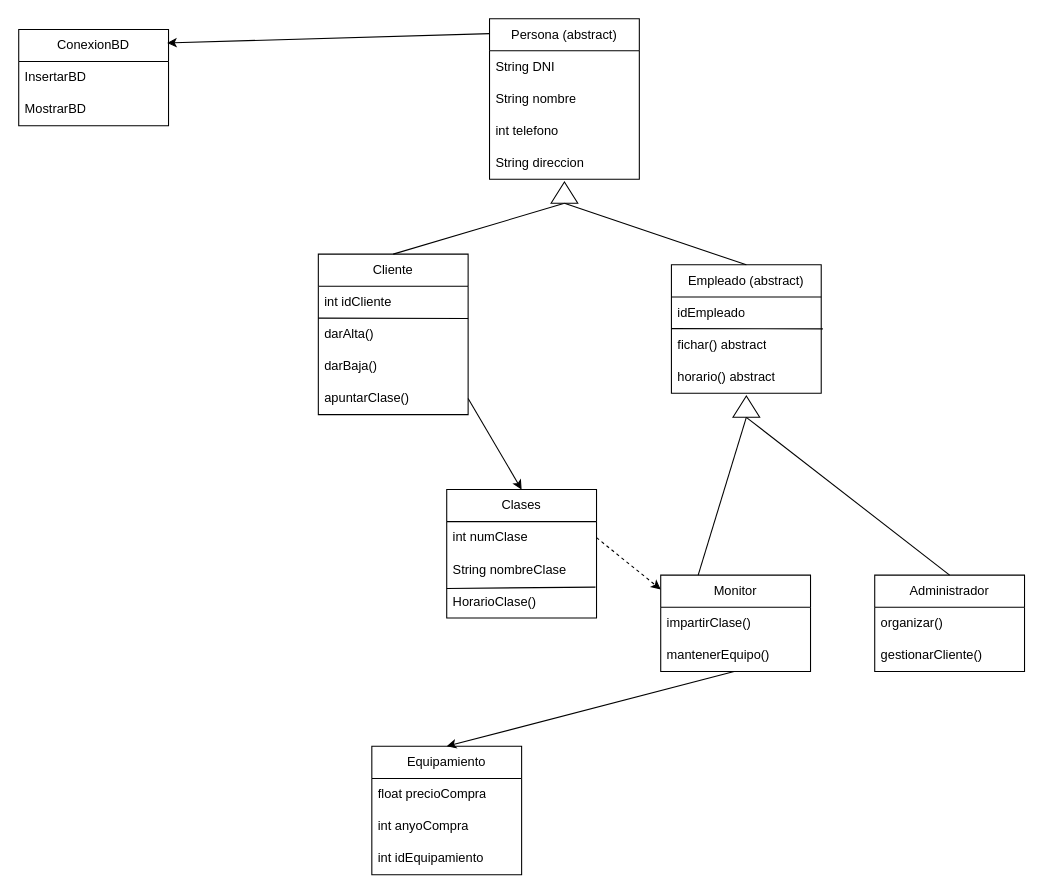
The draw.io diagram Entornos/diagramaclases.drawio in JVilluendas/Proyecto_jGYM, before the edit. Source tidied: cells renumbered, new cells numbered last; positions are measured from the earlier drawing's top-left corner, leaving out a move shared by most shapes. Both pictures are drawn from the tidied source at 107%, with x=0, y=0 at pixel (18, 18).
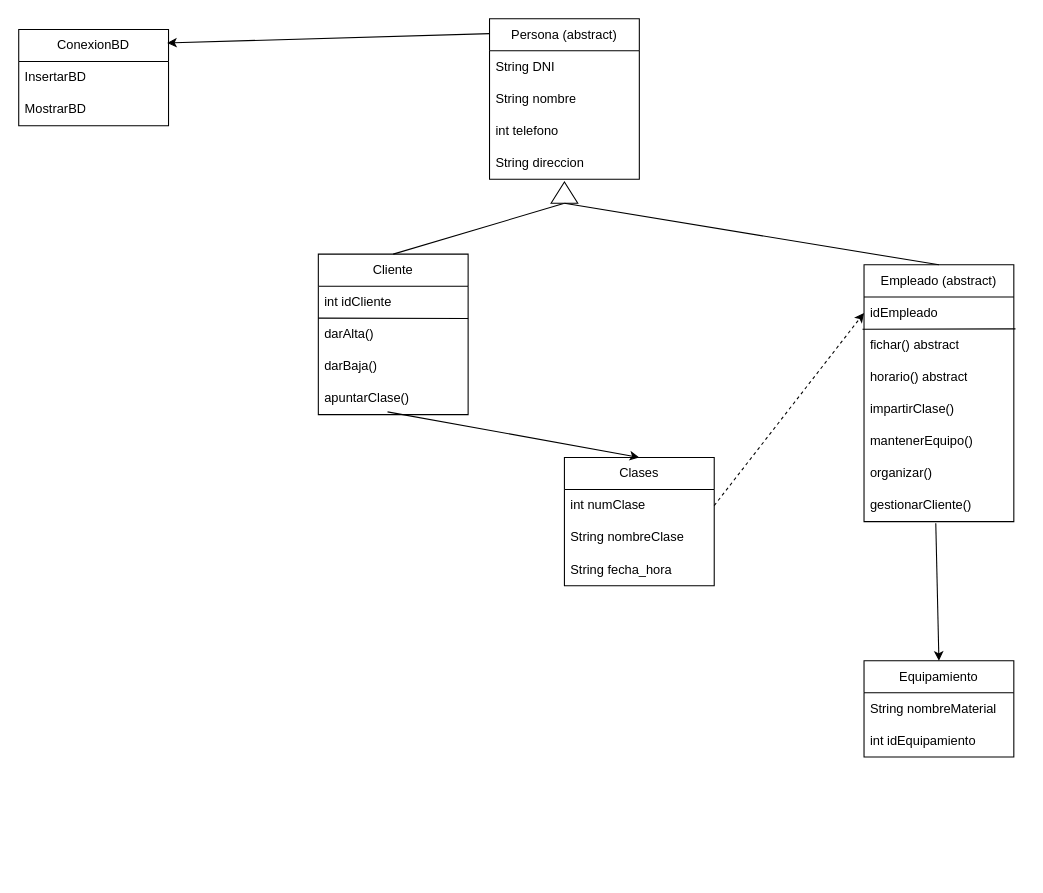
Above is the later version.

Commit message (it also covers changes not shown here):
Diagrama modificado

Unchanged cells that the change refers to:
```xml
<mxCell id="6" value="apuntarClase()" style="text;strokeColor=none;fillColor=none;align=left;verticalAlign=middle;spacingLeft=4;spacingRight=4;overflow=hidden;points=[[0,0.5],[1,0.5]];portConstraint=eastwest;whiteSpace=wrap;html=1;" parent="2" vertex="1">
  <mxGeometry y="120" width="140" height="30" as="geometry" />
</mxCell>
<mxCell id="8" value="idEmpleado" style="text;strokeColor=none;fillColor=none;align=left;verticalAlign=middle;spacingLeft=4;spacingRight=4;overflow=hidden;points=[[0,0.5],[1,0.5]];portConstraint=eastwest;whiteSpace=wrap;html=1;" parent="7" vertex="1">
  <mxGeometry y="30" width="140" height="30" as="geometry" />
</mxCell>
<mxCell id="9" value="fichar() abstract" style="text;strokeColor=none;fillColor=none;align=left;verticalAlign=middle;spacingLeft=4;spacingRight=4;overflow=hidden;points=[[0,0.5],[1,0.5]];portConstraint=eastwest;whiteSpace=wrap;html=1;" parent="7" vertex="1">
  <mxGeometry y="60" width="140" height="30" as="geometry" />
</mxCell>
<mxCell id="28" value="int numClase" style="text;strokeColor=none;fillColor=none;align=left;verticalAlign=middle;spacingLeft=4;spacingRight=4;overflow=hidden;points=[[0,0.5],[1,0.5]];portConstraint=eastwest;whiteSpace=wrap;html=1;" parent="27" vertex="1">
  <mxGeometry y="30" width="140" height="30" as="geometry" />
</mxCell>
<mxCell id="29" value="String nombreClase" style="text;strokeColor=none;fillColor=none;align=left;verticalAlign=middle;spacingLeft=4;spacingRight=4;overflow=hidden;points=[[0,0.5],[1,0.5]];portConstraint=eastwest;whiteSpace=wrap;html=1;" parent="27" vertex="1">
  <mxGeometry y="60" width="140" height="30" as="geometry" />
</mxCell>
<mxCell id="37" style="triangle;whiteSpace=wrap;html=1;rotation=-90;" parent="1" vertex="1">
  <mxGeometry x="500" y="150" width="20" height="25" as="geometry" />
</mxCell>
```

What changed in the source:
```diff
@@
     <mxCell id="7" value="Empleado (abstract&lt;span style=&quot;background-color: transparent; color: light-dark(rgb(0, 0, 0), rgb(255, 255, 255));&quot;&gt;)&lt;/span&gt;" style="swimlane;fontStyle=0;horizontal=1;startSize=30;whiteSpace=wrap;html=1;" parent="1" vertex="1">
-      <mxGeometry x="610" y="230" width="140" height="120" as="geometry" />
+      <mxGeometry x="790" y="230" width="140" height="240" as="geometry" />
     </mxCell>
@@
+    <mxCell id="20" value="impartirClase()" style="text;strokeColor=none;fillColor=none;align=left;verticalAlign=middle;spacingLeft=4;spacingRight=4;overflow=hidden;whiteSpace=wrap;html=1;" parent="7" vertex="1">
+      <mxGeometry y="120" width="140" height="30" as="geometry" />
+    </mxCell>
+    <mxCell id="21" value="mantenerEquipo()" style="text;strokeColor=none;fillColor=none;align=left;verticalAlign=middle;spacingLeft=4;spacingRight=4;overflow=hidden;points=[[0,0.5],[1,0.5]];portConstraint=eastwest;whiteSpace=wrap;html=1;" parent="7" vertex="1">
+      <mxGeometry y="150" width="140" height="30" as="geometry" />
+    </mxCell>
+    <mxCell id="23" value="organizar()" style="text;strokeColor=none;fillColor=none;align=left;verticalAlign=middle;spacingLeft=4;spacingRight=4;overflow=hidden;whiteSpace=wrap;html=1;" parent="7" vertex="1">
+      <mxGeometry y="180" width="140" height="30" as="geometry" />
+    </mxCell>
+    <mxCell id="24" value="gestionarCliente()" style="text;strokeColor=none;fillColor=none;align=left;verticalAlign=middle;spacingLeft=4;spacingRight=4;overflow=hidden;points=[[0,0.5],[1,0.5]];portConstraint=eastwest;whiteSpace=wrap;html=1;" parent="7" vertex="1">
+      <mxGeometry y="210" width="140" height="30" as="geometry" />
+    </mxCell>
+    <mxCell id="40" style="endArrow=none;html=1;rounded=0;exitX=1.011;exitY=-0.004;exitDx=0;exitDy=0;exitPerimeter=0;entryX=-0.01;entryY=0.008;entryDx=0;entryDy=0;entryPerimeter=0;" parent="7" edge="1" source="9" target="9">
+      <mxGeometry relative="1" as="geometry" />
+    </mxCell>
@@
-    <mxCell id="19" value="Monitor" style="swimlane;fontStyle=0;horizontal=1;startSize=30;whiteSpace=wrap;html=1;" parent="1" vertex="1">
-      <mxGeometry x="600" y="520" width="140" height="90" as="geometry" />
-    </mxCell>
-    <mxCell id="20" value="impartirClase()" style="text;strokeColor=none;fillColor=none;align=left;verticalAlign=middle;spacingLeft=4;spacingRight=4;overflow=hidden;whiteSpace=wrap;html=1;" parent="19" vertex="1">
-      <mxGeometry y="30" width="140" height="30" as="geometry" />
-    </mxCell>
-    <mxCell id="21" value="mantenerEquipo()" style="text;strokeColor=none;fillColor=none;align=left;verticalAlign=middle;spacingLeft=4;spacingRight=4;overflow=hidden;points=[[0,0.5],[1,0.5]];portConstraint=eastwest;whiteSpace=wrap;html=1;" parent="19" vertex="1">
-      <mxGeometry y="60" width="140" height="30" as="geometry" />
-    </mxCell>
-    <mxCell id="22" value="Administrador" style="swimlane;fontStyle=0;horizontal=1;startSize=30;whiteSpace=wrap;html=1;" parent="1" vertex="1">
-      <mxGeometry x="800" y="520" width="140" height="90" as="geometry" />
-    </mxCell>
-    <mxCell id="23" value="organizar()" style="text;strokeColor=none;fillColor=none;align=left;verticalAlign=middle;spacingLeft=4;spacingRight=4;overflow=hidden;whiteSpace=wrap;html=1;" parent="22" vertex="1">
-      <mxGeometry y="30" width="140" height="30" as="geometry" />
-    </mxCell>
-    <mxCell id="24" value="gestionarCliente()" style="text;strokeColor=none;fillColor=none;align=left;verticalAlign=middle;spacingLeft=4;spacingRight=4;overflow=hidden;points=[[0,0.5],[1,0.5]];portConstraint=eastwest;whiteSpace=wrap;html=1;" parent="22" vertex="1">
-      <mxGeometry y="60" width="140" height="30" as="geometry" />
-    </mxCell>
-    <mxCell id="25" style="triangle;whiteSpace=wrap;html=1;rotation=-90;" parent="1" vertex="1">
-      <mxGeometry x="670" y="350" width="20" height="25" as="geometry" />
-    </mxCell>
-    <mxCell id="26" style="endArrow=none;html=1;rounded=0;entryX=0;entryY=0.5;entryDx=0;entryDy=0;exitX=0.5;exitY=0;exitDx=0;exitDy=0;" parent="1" edge="1" source="22" target="25">
-      <mxGeometry relative="1" as="geometry" />
-    </mxCell>
     <mxCell id="27" value="Clases" style="swimlane;fontStyle=0;horizontal=1;startSize=30;whiteSpace=wrap;html=1;" parent="1" vertex="1">
-      <mxGeometry x="400" y="440" width="140" height="120" as="geometry" />
+      <mxGeometry x="510" y="410" width="140" height="120" as="geometry" />
     </mxCell>
@@
-    <mxCell id="30" value="HorarioClase()" style="text;strokeColor=none;fillColor=none;align=left;verticalAlign=middle;spacingLeft=4;spacingRight=4;overflow=hidden;points=[[0,0.5],[1,0.5]];portConstraint=eastwest;whiteSpace=wrap;html=1;" parent="27" vertex="1">
+    <mxCell id="30" value="String fecha_hora" style="text;strokeColor=none;fillColor=none;align=left;verticalAlign=middle;spacingLeft=4;spacingRight=4;overflow=hidden;points=[[0,0.5],[1,0.5]];portConstraint=eastwest;whiteSpace=wrap;html=1;" parent="27" vertex="1">
       <mxGeometry y="90" width="140" height="30" as="geometry" />
     </mxCell>
-    <mxCell id="31" style="endArrow=none;html=1;rounded=0;entryX=0.993;entryY=0.04;entryDx=0;entryDy=0;entryPerimeter=0;exitX=0;exitY=1.081;exitDx=0;exitDy=0;exitPerimeter=0;" parent="27" edge="1" source="29" target="30">
-      <mxGeometry relative="1" as="geometry" />
-    </mxCell>
     <mxCell id="32" value="Equipamiento" style="swimlane;fontStyle=0;horizontal=1;startSize=30;whiteSpace=wrap;html=1;" parent="1" vertex="1">
-      <mxGeometry x="330" y="680" width="140" height="120" as="geometry" />
+      <mxGeometry x="790" y="600" width="140" height="90" as="geometry" />
     </mxCell>
-    <mxCell id="33" value="float precioCompra" style="text;strokeColor=none;fillColor=none;align=left;verticalAlign=middle;spacingLeft=4;spacingRight=4;overflow=hidden;whiteSpace=wrap;html=1;" parent="32" vertex="1">
+    <mxCell id="33" value="String nombreMaterial" style="text;strokeColor=none;fillColor=none;align=left;verticalAlign=middle;spacingLeft=4;spacingRight=4;overflow=hidden;whiteSpace=wrap;html=1;" parent="32" vertex="1">
       <mxGeometry y="30" width="140" height="30" as="geometry" />
     </mxCell>
-    <mxCell id="34" value="int anyoCompra" style="text;strokeColor=none;fillColor=none;align=left;verticalAlign=middle;spacingLeft=4;spacingRight=4;overflow=hidden;whiteSpace=wrap;html=1;" parent="32" vertex="1">
-      <mxGeometry y="60" width="140" height="30" as="geometry" />
-    </mxCell>
     <mxCell id="35" value="int idEquipamiento" style="text;strokeColor=none;fillColor=none;align=left;verticalAlign=middle;spacingLeft=4;spacingRight=4;overflow=hidden;whiteSpace=wrap;html=1;" parent="32" vertex="1">
-      <mxGeometry y="90" width="140" height="30" as="geometry" />
+      <mxGeometry y="60" width="140" height="30" as="geometry" />
     </mxCell>
@@
-    <mxCell id="38" style="endArrow=none;html=1;rounded=0;entryX=0;entryY=0.5;entryDx=0;entryDy=0;" parent="1" edge="1" target="37">
-      <mxGeometry relative="1" as="geometry">
-        <mxPoint x="680" y="230" as="sourcePoint" />
-      </mxGeometry>
+    <mxCell id="38" style="endArrow=none;html=1;rounded=0;entryX=0;entryY=0.5;entryDx=0;entryDy=0;exitX=0.5;exitY=0;exitDx=0;exitDy=0;" parent="1" edge="1" source="7" target="37">
+      <mxGeometry relative="1" as="geometry" />
     </mxCell>
@@
-    <mxCell id="40" style="endArrow=none;html=1;rounded=0;exitX=1.011;exitY=-0.004;exitDx=0;exitDy=0;exitPerimeter=0;" parent="1" edge="1" source="9">
-      <mxGeometry relative="1" as="geometry">
-        <mxPoint x="610" y="289.6" as="targetPoint" />
-      </mxGeometry>
-    </mxCell>
-    <mxCell id="41" style="endArrow=classic;html=1;rounded=0;entryX=0;entryY=0.148;entryDx=0;entryDy=0;entryPerimeter=0;dashed=1;exitX=1;exitY=0.5;exitDx=0;exitDy=0;" parent="1" edge="1" source="28" target="19">
+    <mxCell id="41" style="endArrow=classic;html=1;rounded=0;entryX=0;entryY=0.5;entryDx=0;entryDy=0;dashed=1;exitX=1;exitY=0.5;exitDx=0;exitDy=0;" parent="1" edge="1" source="28" target="8">
       <mxGeometry relative="1" as="geometry" />
     </mxCell>
-    <mxCell id="42" style="endArrow=classic;html=1;rounded=0;entryX=0.5;entryY=0;entryDx=0;entryDy=0;exitX=1;exitY=0.5;exitDx=0;exitDy=0;" parent="1" edge="1" source="6" target="27">
-      <mxGeometry relative="1" as="geometry" />
+    <mxCell id="42" style="endArrow=classic;html=1;rounded=0;entryX=0.5;entryY=0;entryDx=0;entryDy=0;exitX=0.462;exitY=0.914;exitDx=0;exitDy=0;exitPerimeter=0;" parent="1" edge="1" source="6">
+      <mxGeometry relative="1" as="geometry">
+        <mxPoint x="580" y="410" as="targetPoint" />
+      </mxGeometry>
     </mxCell>
-    <mxCell id="43" style="endArrow=classic;html=1;rounded=0;exitX=0.49;exitY=0.999;exitDx=0;exitDy=0;exitPerimeter=0;entryX=0.5;entryY=0;entryDx=0;entryDy=0;" parent="1" edge="1" source="21" target="32">
+    <mxCell id="43" style="endArrow=classic;html=1;rounded=0;exitX=0.479;exitY=1.05;exitDx=0;exitDy=0;exitPerimeter=0;entryX=0.5;entryY=0;entryDx=0;entryDy=0;" parent="1" edge="1" source="24" target="32">
       <mxGeometry relative="1" as="geometry" />
     </mxCell>
-    <mxCell id="44" style="endArrow=none;html=1;rounded=0;entryX=0;entryY=0.5;entryDx=0;entryDy=0;exitX=0.25;exitY=0;exitDx=0;exitDy=0;" parent="1" edge="1" source="19" target="25">
-      <mxGeometry relative="1" as="geometry" />
-    </mxCell>
```
